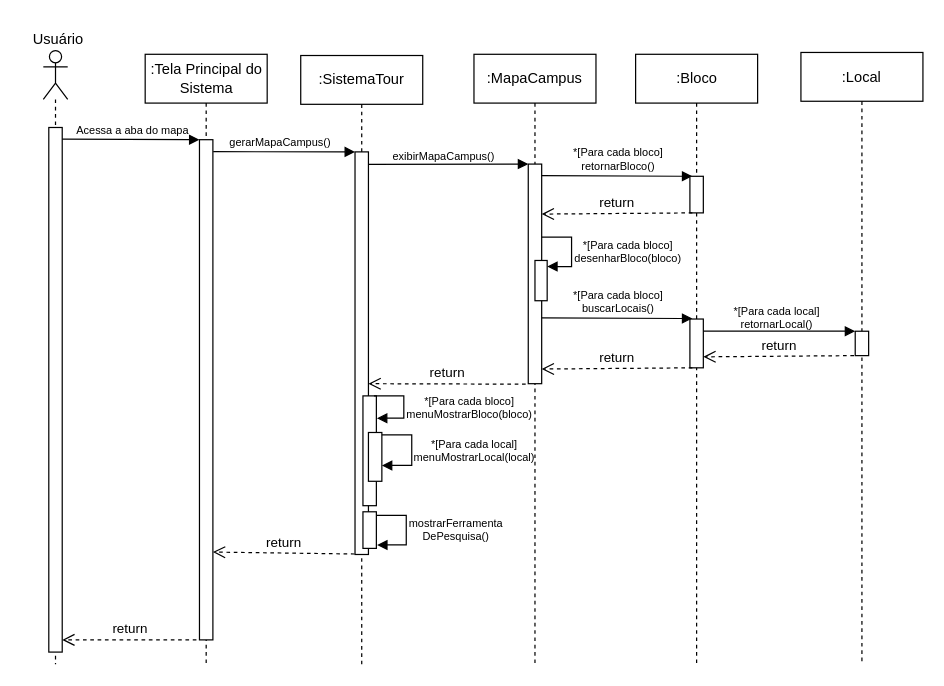
This is DiagramaDeSequencia-AcessarMapaInterativo2d.drawio from Gigagiga1234/Tour-Virtual, a draw.io file, before an edit. Source tidied: cells renumbered, new cells numbered last; positions are measured from the earlier drawing's top-left corner, leaving out a move shared by most shapes. Both pictures are drawn from the tidied source at 122%, with x=0, y=0 at pixel (21, 21).
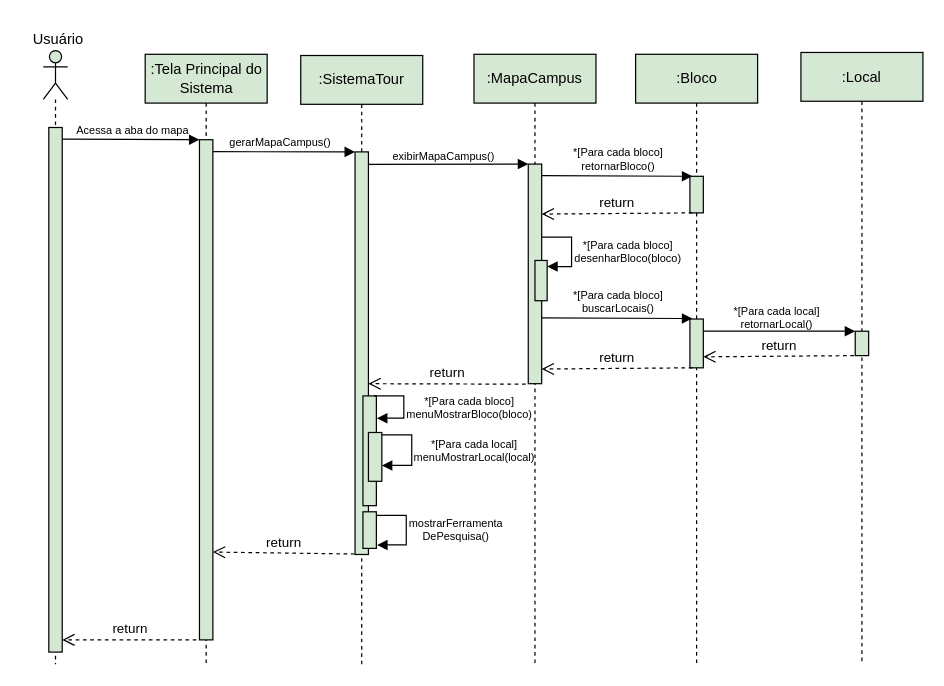
Above is the later version.

Change to the diagram source:
```diff
@@
-    <mxCell id="2" value=":MapaCampus" style="shape=umlLifeline;perimeter=lifelinePerimeter;whiteSpace=wrap;html=1;newEdgeStyle={&quot;curved&quot;:0,&quot;rounded&quot;:0};" parent="1" vertex="1">
+    <mxCell id="2" value=":MapaCampus" style="shape=umlLifeline;perimeter=lifelinePerimeter;whiteSpace=wrap;html=1;newEdgeStyle={&quot;curved&quot;:0,&quot;rounded&quot;:0};fillColor=#d5e8d4;strokeColor=default;" parent="1" vertex="1">
       <mxGeometry x="371" y="27" width="100" height="500" as="geometry" />
     </mxCell>
-    <mxCell id="3" style="rounded=0;whiteSpace=wrap;html=1;" parent="1" vertex="1">
+    <mxCell id="3" style="rounded=0;whiteSpace=wrap;html=1;fillColor=#d5e8d4;strokeColor=default;" parent="1" vertex="1">
       <mxGeometry x="415.5" y="117" width="11" height="180" as="geometry" />
     </mxCell>
@@
-    <mxCell id="6" value=":Tela Principal do Sistema" style="shape=umlLifeline;perimeter=lifelinePerimeter;whiteSpace=wrap;html=1;newEdgeStyle={&quot;curved&quot;:0,&quot;rounded&quot;:0};" parent="1" vertex="1">
+    <mxCell id="6" value=":Tela Principal do Sistema" style="shape=umlLifeline;perimeter=lifelinePerimeter;whiteSpace=wrap;html=1;newEdgeStyle={&quot;curved&quot;:0,&quot;rounded&quot;:0};fillColor=#d5e8d4;strokeColor=default;" parent="1" vertex="1">
       <mxGeometry x="101.5" y="27" width="100" height="500" as="geometry" />
     </mxCell>
-    <mxCell id="7" style="shape=umlLifeline;perimeter=lifelinePerimeter;whiteSpace=wrap;html=1;newEdgeStyle={&quot;curved&quot;:0,&quot;rounded&quot;:0};participant=umlActor;" parent="1" vertex="1">
+    <mxCell id="7" style="shape=umlLifeline;perimeter=lifelinePerimeter;whiteSpace=wrap;html=1;newEdgeStyle={&quot;curved&quot;:0,&quot;rounded&quot;:0};participant=umlActor;fillColor=#d5e8d4;strokeColor=default;" parent="1" vertex="1">
       <mxGeometry x="18" y="24" width="20" height="503" as="geometry" />
     </mxCell>
-    <mxCell id="8" style="rounded=0;whiteSpace=wrap;html=1;" parent="1" vertex="1">
+    <mxCell id="8" style="rounded=0;whiteSpace=wrap;html=1;fillColor=#d5e8d4;strokeColor=default;" parent="1" vertex="1">
       <mxGeometry x="22.5" y="87" width="11" height="430" as="geometry" />
     </mxCell>
@@
-    <mxCell id="10" style="rounded=0;whiteSpace=wrap;html=1;" parent="1" vertex="1">
+    <mxCell id="10" style="rounded=0;whiteSpace=wrap;html=1;fillColor=#d5e8d4;strokeColor=default;" parent="1" vertex="1">
       <mxGeometry x="146" y="97" width="11" height="410" as="geometry" />
     </mxCell>
-    <mxCell id="11" style="endArrow=block;html=1;rounded=0;exitX=1.003;exitY=0.022;exitDx=0;exitDy=0;exitPerimeter=0;entryX=0;entryY=0;entryDx=0;entryDy=0;endFill=1;" parent="1" edge="1" source="8" target="10">
+    <mxCell id="11" style="endArrow=block;html=1;rounded=0;exitX=1.003;exitY=0.022;exitDx=0;exitDy=0;exitPerimeter=0;entryX=0;entryY=0;entryDx=0;entryDy=0;endFill=1;fillColor=#d5e8d4;strokeColor=default;" parent="1" edge="1" source="8" target="10">
       <mxGeometry relative="1" as="geometry" />
     </mxCell>
-    <mxCell id="12" style="endArrow=block;html=1;rounded=0;exitX=1.023;exitY=0.024;exitDx=0;exitDy=0;exitPerimeter=0;entryX=0;entryY=0;entryDx=0;entryDy=0;endFill=1;" parent="1" edge="1" source="10" target="24">
+    <mxCell id="12" style="endArrow=block;html=1;rounded=0;exitX=1.023;exitY=0.024;exitDx=0;exitDy=0;exitPerimeter=0;entryX=0;entryY=0;entryDx=0;entryDy=0;endFill=1;fillColor=#d5e8d4;strokeColor=default;" parent="1" edge="1" source="10" target="24">
       <mxGeometry relative="1" as="geometry" />
     </mxCell>
-    <mxCell id="13" value=":Bloco" style="shape=umlLifeline;perimeter=lifelinePerimeter;whiteSpace=wrap;html=1;newEdgeStyle={&quot;curved&quot;:0,&quot;rounded&quot;:0};" parent="1" vertex="1">
+    <mxCell id="13" value=":Bloco" style="shape=umlLifeline;perimeter=lifelinePerimeter;whiteSpace=wrap;html=1;newEdgeStyle={&quot;curved&quot;:0,&quot;rounded&quot;:0};fillColor=#d5e8d4;strokeColor=default;" parent="1" vertex="1">
       <mxGeometry x="503.5" y="27" width="100" height="500" as="geometry" />
     </mxCell>
-    <mxCell id="14" style="endArrow=block;html=1;rounded=0;exitX=1.002;exitY=0.226;exitDx=0;exitDy=0;entryX=0;entryY=0;entryDx=0;entryDy=0;endFill=1;exitPerimeter=0;" parent="1" edge="1">
+    <mxCell id="14" style="endArrow=block;html=1;rounded=0;exitX=1.002;exitY=0.226;exitDx=0;exitDy=0;entryX=0;entryY=0;entryDx=0;entryDy=0;endFill=1;exitPerimeter=0;fillColor=#d5e8d4;strokeColor=default;" parent="1" edge="1">
       <mxGeometry relative="1" as="geometry">
         <mxPoint x="426.5" y="126.4" as="sourcePoint" />
         <mxPoint x="550" y="127" as="targetPoint" />
       </mxGeometry>
     </mxCell>
-    <mxCell id="15" style="rounded=0;whiteSpace=wrap;html=1;" parent="1" vertex="1">
+    <mxCell id="15" style="rounded=0;whiteSpace=wrap;html=1;fillColor=#d5e8d4;strokeColor=default;" parent="1" vertex="1">
       <mxGeometry x="548" y="127" width="11" height="30" as="geometry" />
     </mxCell>
-    <mxCell id="16" style="html=1;perimeter=orthogonalPerimeter;targetShapes=umlLifeline;newEdgeStyle={&quot;curved&quot;:0,&quot;rounded&quot;:0};" parent="1" vertex="1">
+    <mxCell id="16" style="html=1;perimeter=orthogonalPerimeter;targetShapes=umlLifeline;newEdgeStyle={&quot;curved&quot;:0,&quot;rounded&quot;:0};fillColor=#d5e8d4;strokeColor=default;" parent="1" vertex="1">
       <mxGeometry x="421" y="196" width="10" height="33" as="geometry" />
     </mxCell>
-    <mxCell id="17" style="html=1;align=left;spacingLeft=2;endArrow=block;rounded=0;edgeStyle=elbowEdgeStyle;rounded=0;exitX=1.089;exitY=0.74;exitDx=0;exitDy=0;exitPerimeter=0;entryX=1;entryY=0;entryDx=0;entryDy=5;entryPerimeter=0;" parent="1" edge="1">
+    <mxCell id="17" style="html=1;align=left;spacingLeft=2;endArrow=block;rounded=0;edgeStyle=elbowEdgeStyle;rounded=0;exitX=1.089;exitY=0.74;exitDx=0;exitDy=0;exitPerimeter=0;entryX=1;entryY=0;entryDx=0;entryDy=5;entryPerimeter=0;fillColor=#d5e8d4;strokeColor=default;" parent="1" edge="1">
       <mxGeometry x="-0.17" y="30" relative="1" as="geometry">
         <mxPoint x="426.5" y="176.8" as="sourcePoint" />
         <mxPoint x="431" y="201" as="targetPoint" />
         <Array as="points">
           <mxPoint x="451" y="189" />
         </Array>
       </mxGeometry>
     </mxCell>
@@
-    <mxCell id="19" value="return" style="html=1;verticalAlign=bottom;endArrow=open;dashed=1;endSize=8;curved=0;rounded=0;entryX=1;entryY=0.75;entryDx=0;entryDy=0;exitX=0;exitY=1;exitDx=0;exitDy=0;" parent="1" edge="1">
+    <mxCell id="19" value="return" style="html=1;verticalAlign=bottom;endArrow=open;dashed=1;endSize=8;curved=0;rounded=0;entryX=1;entryY=0.75;entryDx=0;entryDy=0;exitX=0;exitY=1;exitDx=0;exitDy=0;fillColor=#d5e8d4;strokeColor=default;" parent="1" edge="1">
       <mxGeometry relative="1" as="geometry">
         <mxPoint x="550" y="157" as="sourcePoint" />
         <mxPoint x="426.5" y="158" as="targetPoint" />
       </mxGeometry>
     </mxCell>
-    <mxCell id="20" value="return" style="html=1;verticalAlign=bottom;endArrow=open;dashed=1;endSize=8;curved=0;rounded=0;entryX=1.039;entryY=0.879;entryDx=0;entryDy=0;entryPerimeter=0;" parent="1" edge="1">
+    <mxCell id="20" value="return" style="html=1;verticalAlign=bottom;endArrow=open;dashed=1;endSize=8;curved=0;rounded=0;entryX=1.039;entryY=0.879;entryDx=0;entryDy=0;entryPerimeter=0;fillColor=#d5e8d4;strokeColor=default;" parent="1" edge="1">
       <mxGeometry relative="1" as="geometry">
         <mxPoint x="273.1" y="436.6" as="sourcePoint" />
         <mxPoint x="157" y="435" as="targetPoint" />
       </mxGeometry>
     </mxCell>
-    <mxCell id="21" value="return" style="html=1;verticalAlign=bottom;endArrow=open;dashed=1;endSize=8;curved=0;rounded=0;" parent="1" edge="1">
+    <mxCell id="21" value="return" style="html=1;verticalAlign=bottom;endArrow=open;dashed=1;endSize=8;curved=0;rounded=0;fillColor=#d5e8d4;strokeColor=default;" parent="1" edge="1">
       <mxGeometry relative="1" as="geometry">
         <mxPoint x="143.5" y="507" as="sourcePoint" />
         <mxPoint x="33.5" y="507" as="targetPoint" />
       </mxGeometry>
     </mxCell>
@@
-    <mxCell id="23" value=":SistemaTour" style="shape=umlLifeline;perimeter=lifelinePerimeter;whiteSpace=wrap;html=1;newEdgeStyle={&quot;curved&quot;:0,&quot;rounded&quot;:0};" parent="1" vertex="1">
+    <mxCell id="23" value=":SistemaTour" style="shape=umlLifeline;perimeter=lifelinePerimeter;whiteSpace=wrap;html=1;newEdgeStyle={&quot;curved&quot;:0,&quot;rounded&quot;:0};fillColor=#d5e8d4;strokeColor=default;" parent="1" vertex="1">
       <mxGeometry x="229" y="28" width="100" height="499" as="geometry" />
     </mxCell>
-    <mxCell id="24" style="rounded=0;whiteSpace=wrap;html=1;" parent="1" vertex="1">
+    <mxCell id="24" style="rounded=0;whiteSpace=wrap;html=1;fillColor=#d5e8d4;strokeColor=default;" parent="1" vertex="1">
       <mxGeometry x="273.5" y="107" width="11" height="330" as="geometry" />
     </mxCell>
-    <mxCell id="25" style="endArrow=block;html=1;rounded=0;entryX=0;entryY=0;entryDx=0;entryDy=0;endFill=1;exitX=0.998;exitY=0.031;exitDx=0;exitDy=0;exitPerimeter=0;" parent="1" edge="1" source="24" target="3">
+    <mxCell id="25" style="endArrow=block;html=1;rounded=0;entryX=0;entryY=0;entryDx=0;entryDy=0;endFill=1;exitX=0.998;exitY=0.031;exitDx=0;exitDy=0;exitPerimeter=0;fillColor=#d5e8d4;strokeColor=default;" parent="1" edge="1" source="24" target="3">
       <mxGeometry relative="1" as="geometry" />
     </mxCell>
@@
-    <mxCell id="27" value="return" style="html=1;verticalAlign=bottom;endArrow=open;dashed=1;endSize=8;curved=0;rounded=0;entryX=1.01;entryY=0.365;entryDx=0;entryDy=0;entryPerimeter=0;" parent="1" edge="1">
+    <mxCell id="27" value="return" style="html=1;verticalAlign=bottom;endArrow=open;dashed=1;endSize=8;curved=0;rounded=0;entryX=1.01;entryY=0.365;entryDx=0;entryDy=0;entryPerimeter=0;fillColor=#d5e8d4;strokeColor=default;" parent="1" edge="1">
       <mxGeometry relative="1" as="geometry">
         <mxPoint x="413.4" y="297.4" as="sourcePoint" />
         <mxPoint x="284.5" y="297" as="targetPoint" />
       </mxGeometry>
     </mxCell>
-    <mxCell id="28" style="rounded=0;whiteSpace=wrap;html=1;" parent="1" vertex="1">
+    <mxCell id="28" style="rounded=0;whiteSpace=wrap;html=1;fillColor=#d5e8d4;strokeColor=default;" parent="1" vertex="1">
       <mxGeometry x="548" y="244" width="11" height="40" as="geometry" />
     </mxCell>
-    <mxCell id="29" style="endArrow=block;html=1;rounded=0;exitX=1.002;exitY=0.226;exitDx=0;exitDy=0;entryX=0;entryY=0;entryDx=0;entryDy=0;endFill=1;exitPerimeter=0;" parent="1" edge="1">
+    <mxCell id="29" style="endArrow=block;html=1;rounded=0;exitX=1.002;exitY=0.226;exitDx=0;exitDy=0;entryX=0;entryY=0;entryDx=0;entryDy=0;endFill=1;exitPerimeter=0;fillColor=#d5e8d4;strokeColor=default;" parent="1" edge="1">
       <mxGeometry relative="1" as="geometry">
         <mxPoint x="426.5" y="243" as="sourcePoint" />
         <mxPoint x="550" y="243.6" as="targetPoint" />
       </mxGeometry>
     </mxCell>
@@
-    <mxCell id="31" value=":Local" style="shape=umlLifeline;perimeter=lifelinePerimeter;whiteSpace=wrap;html=1;newEdgeStyle={&quot;curved&quot;:0,&quot;rounded&quot;:0};" parent="1" vertex="1">
+    <mxCell id="31" value=":Local" style="shape=umlLifeline;perimeter=lifelinePerimeter;whiteSpace=wrap;html=1;newEdgeStyle={&quot;curved&quot;:0,&quot;rounded&quot;:0};fillColor=#d5e8d4;strokeColor=default;" parent="1" vertex="1">
       <mxGeometry x="639" y="25.5" width="100" height="501.5" as="geometry" />
     </mxCell>
-    <mxCell id="32" style="rounded=0;whiteSpace=wrap;html=1;" parent="1" vertex="1">
+    <mxCell id="32" style="rounded=0;whiteSpace=wrap;html=1;fillColor=#d5e8d4;strokeColor=default;" parent="1" vertex="1">
       <mxGeometry x="683.5" y="254" width="11" height="20" as="geometry" />
     </mxCell>
-    <mxCell id="33" style="endArrow=block;html=1;rounded=0;exitX=1.002;exitY=0.226;exitDx=0;exitDy=0;entryX=0;entryY=0;entryDx=0;entryDy=0;endFill=1;exitPerimeter=0;" parent="1" edge="1" target="32">
+    <mxCell id="33" style="endArrow=block;html=1;rounded=0;exitX=1.002;exitY=0.226;exitDx=0;exitDy=0;entryX=0;entryY=0;entryDx=0;entryDy=0;endFill=1;exitPerimeter=0;fillColor=#d5e8d4;strokeColor=default;" parent="1" edge="1" target="32">
       <mxGeometry relative="1" as="geometry">
         <mxPoint x="559" y="254" as="sourcePoint" />
       </mxGeometry>
     </mxCell>
@@
-    <mxCell id="35" value="return" style="html=1;verticalAlign=bottom;endArrow=open;dashed=1;endSize=8;curved=0;rounded=0;entryX=1;entryY=0.75;entryDx=0;entryDy=0;exitX=0;exitY=1;exitDx=0;exitDy=0;" parent="1" edge="1">
+    <mxCell id="35" value="return" style="html=1;verticalAlign=bottom;endArrow=open;dashed=1;endSize=8;curved=0;rounded=0;entryX=1;entryY=0.75;entryDx=0;entryDy=0;exitX=0;exitY=1;exitDx=0;exitDy=0;fillColor=#d5e8d4;strokeColor=default;" parent="1" edge="1">
       <mxGeometry relative="1" as="geometry">
         <mxPoint x="682.5" y="274" as="sourcePoint" />
         <mxPoint x="559" y="275" as="targetPoint" />
       </mxGeometry>
     </mxCell>
-    <mxCell id="36" value="return" style="html=1;verticalAlign=bottom;endArrow=open;dashed=1;endSize=8;curved=0;rounded=0;entryX=1;entryY=0.75;entryDx=0;entryDy=0;exitX=0;exitY=1;exitDx=0;exitDy=0;" parent="1" edge="1">
+    <mxCell id="36" value="return" style="html=1;verticalAlign=bottom;endArrow=open;dashed=1;endSize=8;curved=0;rounded=0;entryX=1;entryY=0.75;entryDx=0;entryDy=0;exitX=0;exitY=1;exitDx=0;exitDy=0;fillColor=#d5e8d4;strokeColor=default;" parent="1" edge="1">
       <mxGeometry relative="1" as="geometry">
         <mxPoint x="550" y="284" as="sourcePoint" />
         <mxPoint x="426.5" y="285" as="targetPoint" />
       </mxGeometry>
     </mxCell>
-    <mxCell id="37" style="rounded=0;whiteSpace=wrap;html=1;" parent="1" vertex="1">
+    <mxCell id="37" style="rounded=0;whiteSpace=wrap;html=1;fillColor=#d5e8d4;strokeColor=default;" parent="1" vertex="1">
       <mxGeometry x="280" y="307" width="11" height="90" as="geometry" />
     </mxCell>
-    <mxCell id="38" style="html=1;align=left;spacingLeft=2;endArrow=block;rounded=0;edgeStyle=elbowEdgeStyle;rounded=0;exitX=1.089;exitY=0.74;exitDx=0;exitDy=0;exitPerimeter=0;entryX=1.041;entryY=0.203;entryDx=0;entryDy=0;entryPerimeter=0;" parent="1" edge="1" target="37">
+    <mxCell id="38" style="html=1;align=left;spacingLeft=2;endArrow=block;rounded=0;edgeStyle=elbowEdgeStyle;rounded=0;exitX=1.089;exitY=0.74;exitDx=0;exitDy=0;exitPerimeter=0;entryX=1.041;entryY=0.203;entryDx=0;entryDy=0;entryPerimeter=0;fillColor=#d5e8d4;strokeColor=default;" parent="1" edge="1" target="37">
       <mxGeometry x="-0.17" y="30" relative="1" as="geometry">
         <mxPoint x="289" y="307" as="sourcePoint" />
         <Array as="points">
           <mxPoint x="313.5" y="319.2" />
         </Array>
       </mxGeometry>
     </mxCell>
@@
-    <mxCell id="40" style="rounded=0;whiteSpace=wrap;html=1;" parent="1" vertex="1">
+    <mxCell id="40" style="rounded=0;whiteSpace=wrap;html=1;fillColor=#d5e8d4;strokeColor=default;" parent="1" vertex="1">
       <mxGeometry x="284.5" y="337" width="11" height="40" as="geometry" />
     </mxCell>
-    <mxCell id="41" style="html=1;align=left;spacingLeft=2;endArrow=block;rounded=0;edgeStyle=elbowEdgeStyle;rounded=0;exitX=1.089;exitY=0.74;exitDx=0;exitDy=0;exitPerimeter=0;entryX=1.041;entryY=0.203;entryDx=0;entryDy=0;entryPerimeter=0;" parent="1" edge="1">
+    <mxCell id="41" style="html=1;align=left;spacingLeft=2;endArrow=block;rounded=0;edgeStyle=elbowEdgeStyle;rounded=0;exitX=1.089;exitY=0.74;exitDx=0;exitDy=0;exitPerimeter=0;entryX=1.041;entryY=0.203;entryDx=0;entryDy=0;entryPerimeter=0;fillColor=#d5e8d4;strokeColor=default;" parent="1" edge="1">
       <mxGeometry x="-0.17" y="30" relative="1" as="geometry">
         <mxPoint x="295.5" y="339" as="sourcePoint" />
         <mxPoint x="295.5" y="364" as="targetPoint" />
         <Array as="points">
           <mxPoint x="320" y="351.2" />
         </Array>
       </mxGeometry>
     </mxCell>
@@
-    <mxCell id="43" style="html=1;align=left;spacingLeft=2;endArrow=block;rounded=0;edgeStyle=elbowEdgeStyle;rounded=0;exitX=1.089;exitY=0.74;exitDx=0;exitDy=0;exitPerimeter=0;entryX=1.054;entryY=0.906;entryDx=0;entryDy=0;entryPerimeter=0;" parent="1" edge="1" target="45">
+    <mxCell id="43" style="html=1;align=left;spacingLeft=2;endArrow=block;rounded=0;edgeStyle=elbowEdgeStyle;rounded=0;exitX=1.089;exitY=0.74;exitDx=0;exitDy=0;exitPerimeter=0;entryX=1.054;entryY=0.906;entryDx=0;entryDy=0;entryPerimeter=0;fillColor=#d5e8d4;strokeColor=default;" parent="1" edge="1" target="45">
       <mxGeometry x="-0.17" y="30" relative="1" as="geometry">
         <mxPoint x="291" y="404.9" as="sourcePoint" />
         <Array as="points">
           <mxPoint x="315.5" y="417.1" />
         </Array>
       </mxGeometry>
     </mxCell>
@@
-    <mxCell id="45" style="rounded=0;whiteSpace=wrap;html=1;" parent="1" vertex="1">
+    <mxCell id="45" style="rounded=0;whiteSpace=wrap;html=1;fillColor=#d5e8d4;strokeColor=default;" parent="1" vertex="1">
       <mxGeometry x="280" y="402" width="11" height="30" as="geometry" />
     </mxCell>
```
